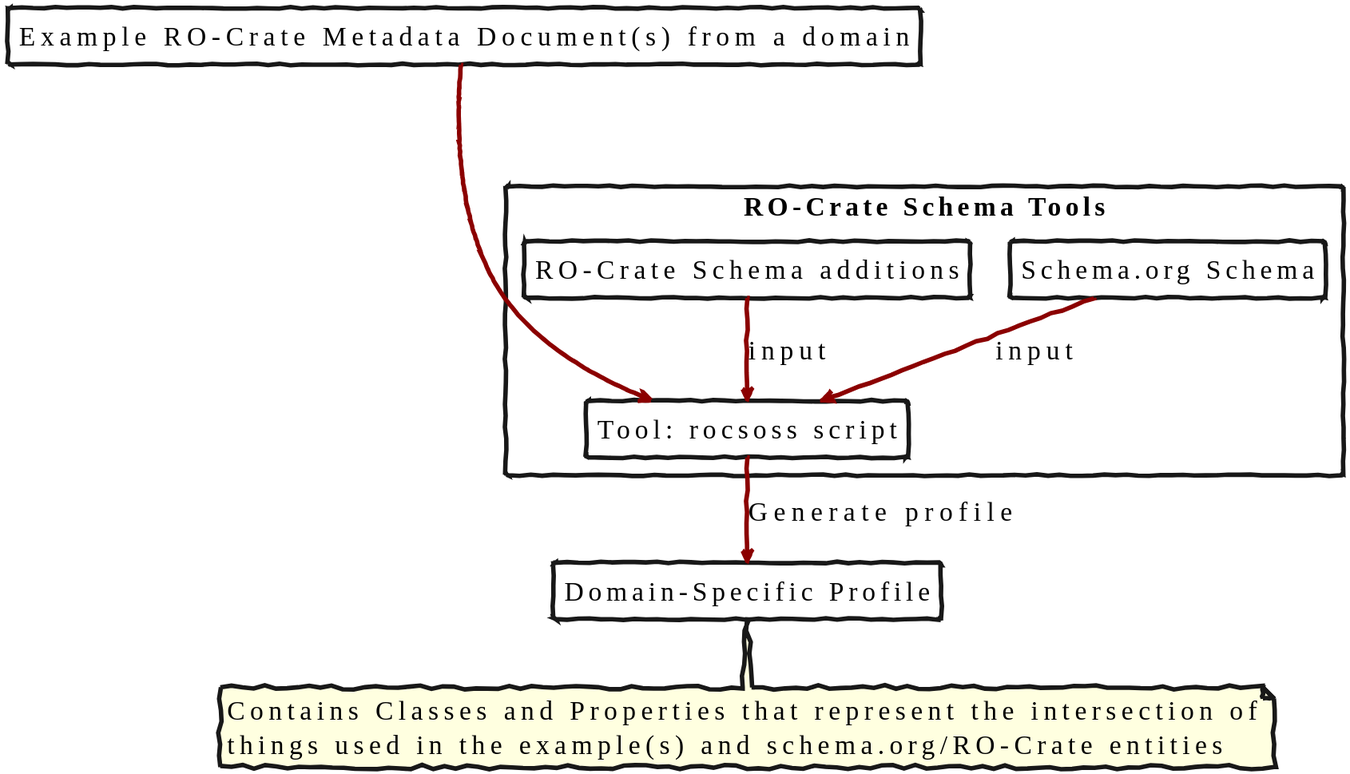
Language-Research-Technology/ro-crate-modes keeps this PlantUML diagram as docs/images/example-to-profile.svg. Above is the earlier version. The source it was exported from:
```plantuml
@startuml
!include_many ./data-management-style.txt

rectangle "Example RO-Crate Metadata Document(s) from a domain" as docs


rectangle "RO-Crate Schema Tools" as tools {
rectangle "Schema.org Schema" as sos
rectangle "RO-Crate Schema additions" as roc
rectangle "Tool: rocsoss script" as rocsoss
}

rectangle "Domain-Specific Profile" as rop

sos -down-> rocsoss : input
roc -down-> rocsoss : input
docs --down--> rocsoss

rocsoss -down-> rop : Generate profile
note bottom of rop : Contains Classes and Properties that represent the intersection of\nthings used in the example(s) and schema.org/RO-Crate entities
@enduml
```
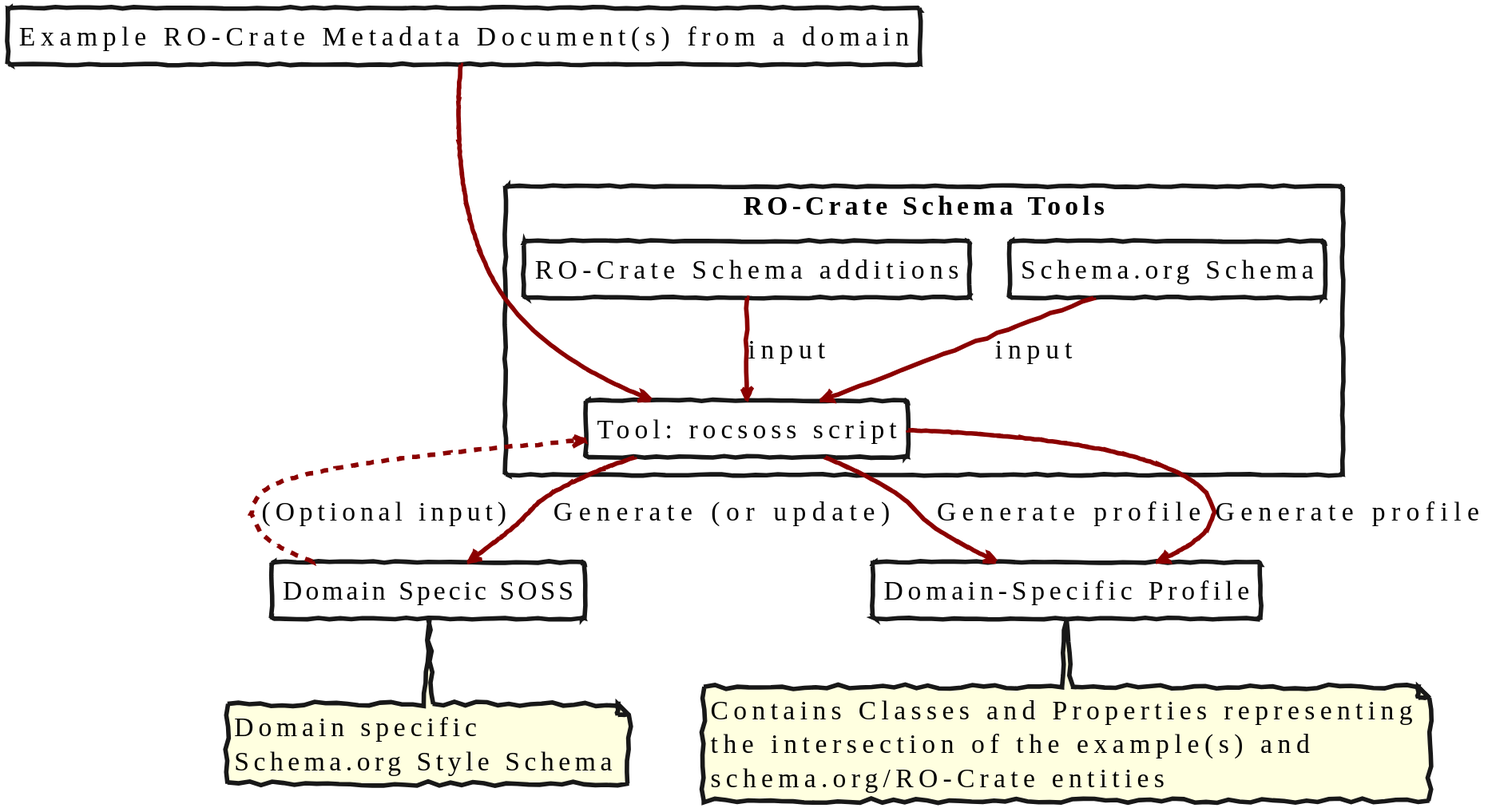
Above is the later version.

What changed in the source:
```diff
@@ -11,11 +11,19 @@
 }
 
 rectangle "Domain-Specific Profile" as rop
-
+rectangle "Domain Specic SOSS" as dssoss
 sos -down-> rocsoss : input
 roc -down-> rocsoss : input
+dssoss ..> rocsoss : (Optional input)
+
 docs --down--> rocsoss
 
 rocsoss -down-> rop : Generate profile
-note bottom of rop : Contains Classes and Properties that represent the intersection of\nthings used in the example(s) and schema.org/RO-Crate entities
+
+
+
+rocsoss -down-> rop : Generate profile
+rocsoss -down-> dssoss : Generate (or update)
+note bottom of rop : Contains Classes and Properties representing\nthe intersection of the example(s) and\nschema.org/RO-Crate entities
+note bottom of dssoss : Domain specific\nSchema.org Style Schema
 @enduml
```
